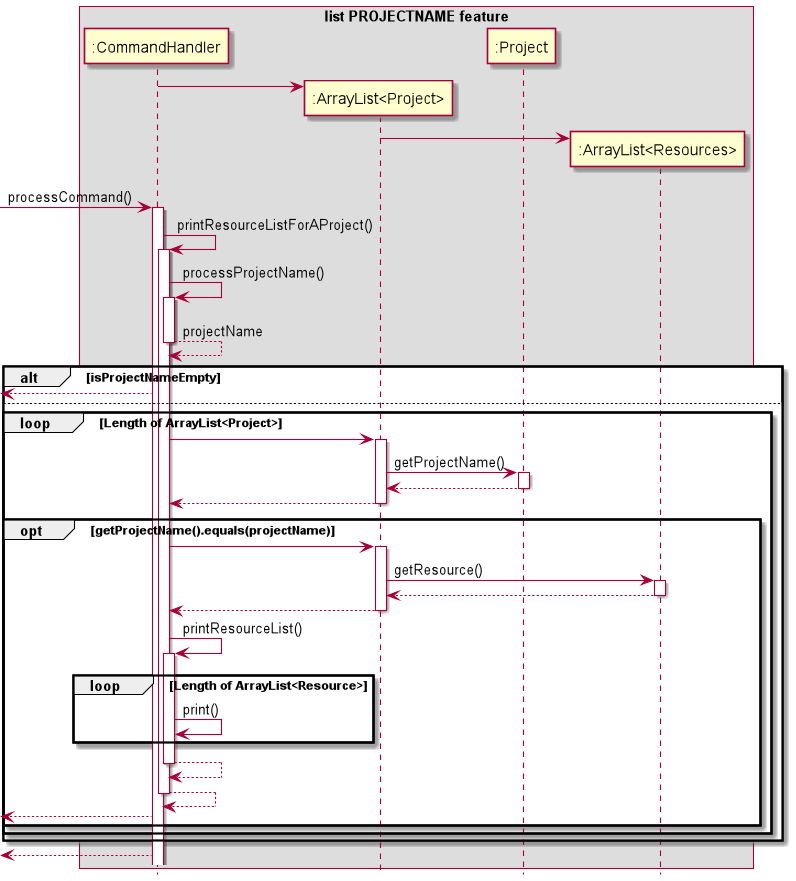
This is docs/puml_img/listPROJECTNAMEfinal.png from s-t-e-f/tp, a PlantUML export, as it was before one commit.
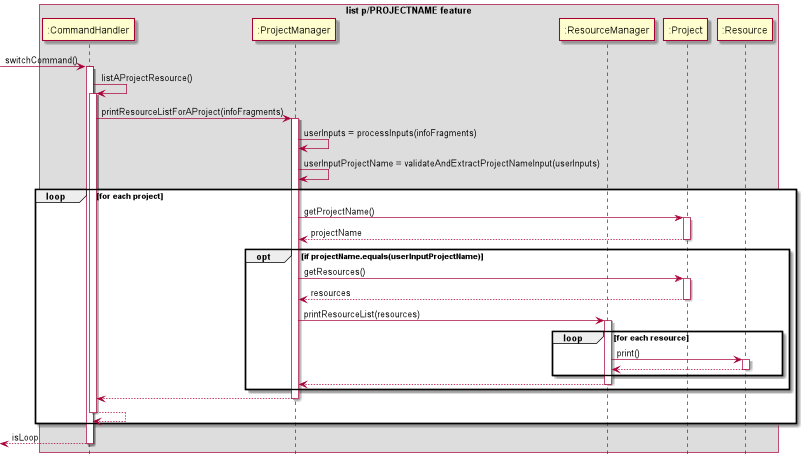
After the commit.

Commit message:
Update list p/PROJECTNAME sequence diagram

Change to the diagram source:
```diff
@@ -1,59 +1,48 @@
 @startuml
 hide footbox
-box list PROJECTNAME feature
+box list p/PROJECTNAME feature
 participant ":CommandHandler" as CH
-participant ":ArrayList<Project>" as PA
-participant ":Project" as PC
-participant ":ArrayList<Resources>" as RA
+participant ":ProjectManager" as PM
+participant ":ResourceManager" as RM
+participant ":Project" as P
+participant ":Resource" as R
 
 
-create PA
-CH -> PA
-
-create RA
-PA -> RA
-
-[-> CH: processCommand()
+[-> CH: switchCommand()
 activate CH
 
-CH -> CH: printResourceListForAProject()
+CH -> CH: listAProjectResource()
 activate CH
 
-CH -> CH: processProjectName()
-activate CH
-return projectName
+CH -> PM: printResourceListForAProject(infoFragments)
+activate PM
 
-alt isProjectNameEmpty
-    CH -->[
-else
-    loop Length of ArrayList<Project>
-        CH -> PA
-        activate PA
-        PA -> PC: getProjectName()
-        activate PC
+PM -> PM: userInputs = processInputs(infoFragments)
+PM -> PM: userInputProjectName = validateAndExtractProjectNameInput(userInputs)
+
+loop for each project
+    PM -> P: getProjectName()
+    activate P
+    return projectName
+    opt if projectName.equals(userInputProjectName)
+        PM -> P: getResources()
+        activate P
+        return resources
+
+        PM -> RM: printResourceList(resources)
+        activate RM
+        loop for each resource
+            RM -> R: print()
+            activate R
+            return
+        end
         return
+        end
 
         return
-        opt getProjectName().equals(projectName)
-            CH -> PA:
-            activate PA
-            PA -> RA: getResource()
-            activate RA
-            return
+        return
+end
 
-            return
-            CH -> CH: printResourceList()
-            activate CH
-            loop Length of ArrayList<Resource>
-                CH -> CH: print()
-            end
-            return
-            return
-            CH -->[
-        end
-    end
-end
-CH -->[
-endbox
+return isLoop
 
 @enduml
```
